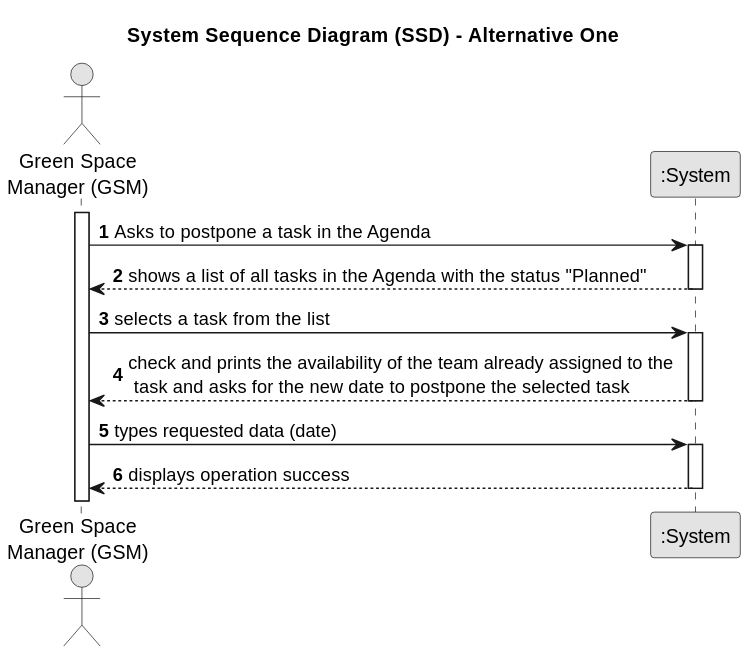
Before: docs/sprintC/US024/01.requirements-engineering/svg/us024-system-sequence-diagram-alternative-one.svg, a diagram exported from PlantUML (LopemigueISEP/lei-24-s2-1nb-g312). Its diagram source:
```plantuml
@startuml
skinparam monochrome true
skinparam packageStyle rectangle
skinparam shadowing false

title System Sequence Diagram (SSD) - Alternative One

autonumber

actor "Green Space\nManager (GSM)" as GSM
participant ":System" as System

activate GSM

    GSM -> System : Asks to postpone a task in the Agenda
    activate System

        System --> GSM : shows a list of all tasks in the Agenda with the status "Planned"
    deactivate System

    GSM -> System : selects a task from the list
    activate System

        System --> GSM : check and prints the availability of the team already assigned to the \n task and asks for the new date to postpone the selected task

    deactivate System

    GSM -> System : types requested data (date)
    activate System


        System --> GSM : displays operation success
    deactivate System
@enduml
```
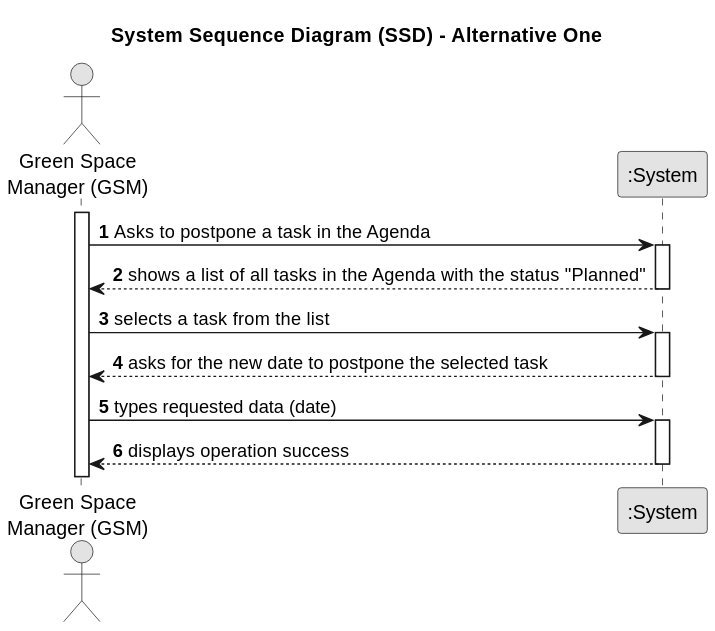
The same diagram one commit later.

Diff of the diagram source:
```diff
@@ -21,7 +21,7 @@
     GSM -> System : selects a task from the list
     activate System
 
-        System --> GSM : check and prints the availability of the team already assigned to the \n task and asks for the new date to postpone the selected task
+        System --> GSM : asks for the new date to postpone the selected task
 
     deactivate System
 
```
